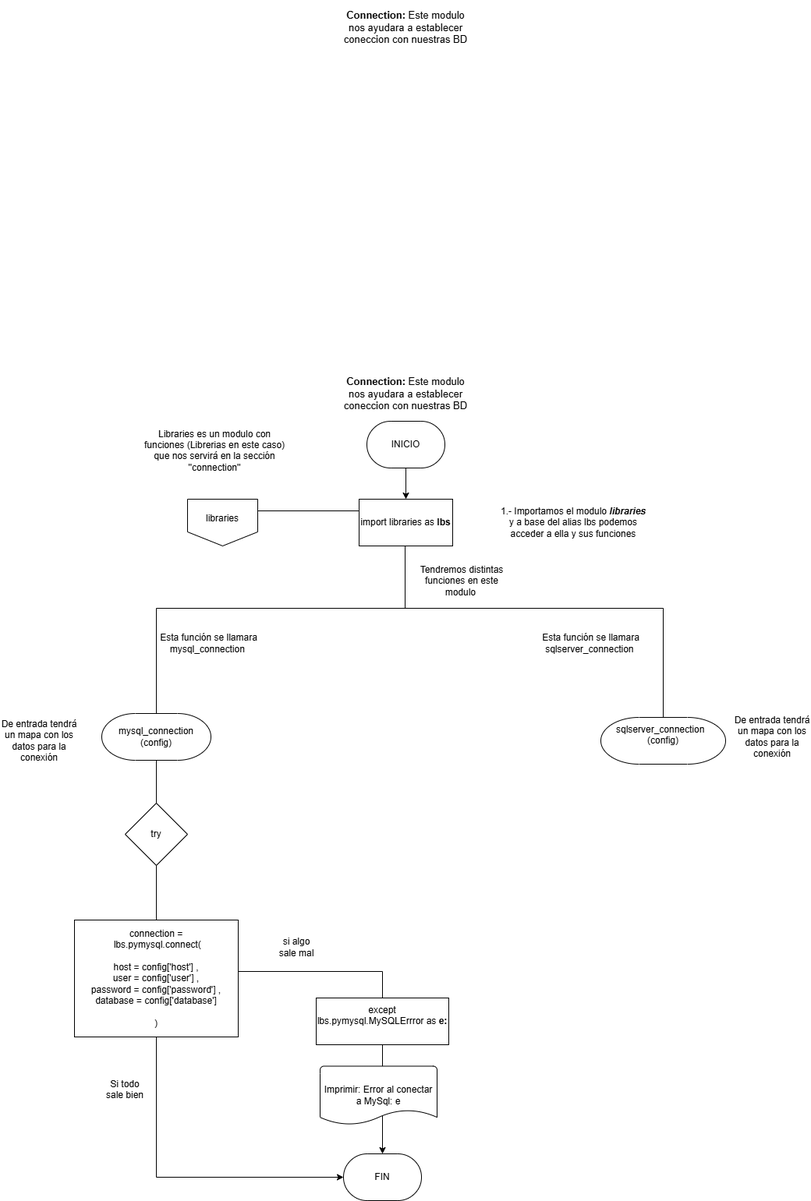
Earlier version of the draw.io export Documentación/Diagramas/connection.drawio.png (AlfredoZC/Coffee-shop). Source tidied: cells renumbered, new cells last; positions are measured from the earlier drawing's top-left corner, leaving out a move shared by most shapes. Source of this version:
```xml
<mxGraphModel>
  <root>
    <mxCell id="0" />
    <mxCell id="1" parent="0" />
    <mxCell id="2" style="group;" parent="1" vertex="1">
      <mxGeometry x="240" y="640" width="90" height="60" as="geometry" />
    </mxCell>
    <mxCell id="3" style="verticalLabelPosition=bottom;verticalAlign=top;html=1;shape=offPageConnector;rounded=0;size=0.3;" parent="2" vertex="1">
      <mxGeometry width="90" height="60" as="geometry" />
    </mxCell>
    <mxCell id="4" value="libraries" style="text;html=1;align=center;verticalAlign=middle;whiteSpace=wrap;rounded=0;" parent="2" vertex="1">
      <mxGeometry x="15" y="10" width="60" height="30" as="geometry" />
    </mxCell>
    <mxCell id="5" value="FIN" style="strokeWidth=1;html=1;shape=mxgraph.flowchart.terminator;whiteSpace=wrap;" parent="1" vertex="1">
      <mxGeometry x="440" y="1480" width="100" height="60" as="geometry" />
    </mxCell>
    <mxCell id="6" value="import libraries as &lt;b&gt;lbs&lt;/b&gt;" style="rounded=0;whiteSpace=wrap;html=1;" parent="1" vertex="1">
      <mxGeometry x="460" y="640" width="120" height="60" as="geometry" />
    </mxCell>
    <mxCell id="7" style="endArrow=none;html=1;rounded=0;exitX=1;exitY=0.25;exitDx=0;exitDy=0;entryX=0;entryY=0.25;entryDx=0;entryDy=0;" parent="1" edge="1" source="3" target="6">
      <mxGeometry relative="1" as="geometry" />
    </mxCell>
    <mxCell id="8" value="Libraries es un modulo con funciones (Librerias en este caso) que nos servirá en la sección ''connection''&lt;div&gt;&lt;br&gt;&lt;/div&gt;" style="text;html=1;align=center;verticalAlign=middle;whiteSpace=wrap;rounded=0;" parent="1" vertex="1">
      <mxGeometry x="175" y="570" width="200" height="30" as="geometry" />
    </mxCell>
    <mxCell id="9" value="1.- Importamos el modulo &lt;b style=&quot;font-style: italic;&quot;&gt;libraries &lt;/b&gt;y a base del alias lbs podemos acceder a ella y sus funciones" style="text;html=1;align=center;verticalAlign=middle;whiteSpace=wrap;rounded=0;" parent="1" vertex="1">
      <mxGeometry x="640" y="655" width="190" height="30" as="geometry" />
    </mxCell>
    <mxCell id="10" value="&lt;b&gt;Connection:&lt;/b&gt; Este modulo nos ayudara a establecer coneccion con nuestras BD" style="text;html=1;align=center;verticalAlign=middle;whiteSpace=wrap;rounded=0;strokeWidth=1;fontSize=13;" parent="1" vertex="1">
      <mxGeometry x="435" y="470" width="170" height="70" as="geometry" />
    </mxCell>
    <mxCell id="11" value="&lt;b&gt;Connection:&lt;/b&gt; Este modulo nos ayudara a establecer coneccion con nuestras BD" style="text;html=1;align=center;verticalAlign=middle;whiteSpace=wrap;rounded=0;strokeWidth=1;fontSize=13;" parent="1" vertex="1">
      <mxGeometry x="435" width="170" height="70" as="geometry" />
    </mxCell>
    <mxCell id="12" style="edgeStyle=orthogonalEdgeStyle;rounded=0;jettySize=auto;html=1;" parent="1" edge="1" source="13" target="6">
      <mxGeometry relative="1" as="geometry" />
    </mxCell>
    <mxCell id="13" value="INICIO" style="strokeWidth=1;html=1;shape=mxgraph.flowchart.terminator;whiteSpace=wrap;" parent="1" vertex="1">
      <mxGeometry x="470" y="540" width="100" height="60" as="geometry" />
    </mxCell>
    <mxCell id="14" style="endArrow=none;html=1;rounded=0;entryX=0.5;entryY=1;entryDx=0;entryDy=0;" parent="1" edge="1">
      <mxGeometry relative="1" as="geometry">
        <mxPoint x="200" y="780" as="sourcePoint" />
        <mxPoint x="519" y="700" as="targetPoint" />
        <Array as="points">
          <mxPoint x="850" y="780" />
          <mxPoint x="519" y="780" />
        </Array>
      </mxGeometry>
    </mxCell>
    <mxCell id="15" value="Tendremos distintas funciones en este modulo&amp;nbsp;" style="text;html=1;align=center;verticalAlign=middle;whiteSpace=wrap;rounded=0;" parent="1" vertex="1">
      <mxGeometry x="534" y="730" width="116" height="30" as="geometry" />
    </mxCell>
    <mxCell id="16" style="endArrow=none;html=1;rounded=0;exitX=0.5;exitY=0;exitDx=0;exitDy=0;exitPerimeter=0;" parent="1" edge="1" source="19">
      <mxGeometry relative="1" as="geometry">
        <mxPoint x="200" y="780" as="targetPoint" />
      </mxGeometry>
    </mxCell>
    <mxCell id="17" style="endArrow=none;html=1;rounded=0;exitX=0.5;exitY=0;exitDx=0;exitDy=0;exitPerimeter=0;" parent="1" edge="1" source="18">
      <mxGeometry relative="1" as="geometry">
        <mxPoint x="850" y="780" as="targetPoint" />
      </mxGeometry>
    </mxCell>
    <mxCell id="18" value="sqlserver_connection&amp;nbsp;&amp;nbsp;&lt;div&gt;(config)&lt;div&gt;&lt;br&gt;&lt;/div&gt;&lt;/div&gt;" style="strokeWidth=1;html=1;shape=mxgraph.flowchart.terminator;whiteSpace=wrap;" parent="1" vertex="1">
      <mxGeometry x="770" y="920" width="160" height="60" as="geometry" />
    </mxCell>
    <mxCell id="19" value="mysql_connection (config)" style="strokeWidth=1;html=1;shape=mxgraph.flowchart.terminator;whiteSpace=wrap;" parent="1" vertex="1">
      <mxGeometry x="130" y="915" width="140" height="60" as="geometry" />
    </mxCell>
    <mxCell id="20" value="Esta función se llamara mysql_connection&amp;nbsp;" style="text;html=1;align=center;verticalAlign=middle;whiteSpace=wrap;rounded=0;" parent="1" vertex="1">
      <mxGeometry x="170" y="810" width="195" height="30" as="geometry" />
    </mxCell>
    <mxCell id="21" value="Esta función se llamara sqlserver_connection&amp;nbsp;" style="text;html=1;align=center;verticalAlign=middle;whiteSpace=wrap;rounded=0;" parent="1" vertex="1">
      <mxGeometry x="660" y="810" width="195" height="30" as="geometry" />
    </mxCell>
    <mxCell id="22" value="De entrada tendrá un mapa con los datos para la conexión" style="text;html=1;align=center;verticalAlign=middle;whiteSpace=wrap;rounded=0;" parent="1" vertex="1">
      <mxGeometry y="935" width="100" height="30" as="geometry" />
    </mxCell>
    <mxCell id="23" value="De entrada tendrá un mapa con los datos para la conexión" style="text;html=1;align=center;verticalAlign=middle;whiteSpace=wrap;rounded=0;" parent="1" vertex="1">
      <mxGeometry x="940" y="930" width="100" height="30" as="geometry" />
    </mxCell>
    <mxCell id="24" style="endArrow=none;html=1;rounded=0;exitX=0.5;exitY=1;exitDx=0;exitDy=0;exitPerimeter=0;entryX=0.5;entryY=0;entryDx=0;entryDy=0;" parent="1" edge="1" source="19" target="25">
      <mxGeometry relative="1" as="geometry" />
    </mxCell>
    <mxCell id="25" value="try" style="rhombus;whiteSpace=wrap;html=1;" parent="1" vertex="1">
      <mxGeometry x="160" y="1030" width="80" height="80" as="geometry" />
    </mxCell>
    <mxCell id="26" style="endArrow=none;html=1;rounded=0;exitX=0.5;exitY=1;exitDx=0;exitDy=0;entryX=0.5;entryY=0;entryDx=0;entryDy=0;" parent="1" edge="1" source="25" target="27">
      <mxGeometry relative="1" as="geometry" />
    </mxCell>
    <mxCell id="27" value="connection =&lt;div&gt;&amp;nbsp;lbs.pymysql.connect(&lt;/div&gt;&lt;div&gt;&lt;br&gt;&lt;div&gt;host = config['host'] ,&lt;/div&gt;&lt;div&gt;user = config['user'] ,&lt;/div&gt;&lt;div&gt;password = config['password'] ,&lt;/div&gt;&lt;div&gt;database = config['database']&lt;/div&gt;&lt;div&gt;&lt;span style=&quot;background-color: initial;&quot;&gt;&lt;br&gt;&lt;/span&gt;&lt;/div&gt;&lt;div&gt;&lt;span style=&quot;background-color: initial;&quot;&gt;)&lt;/span&gt;&lt;/div&gt;&lt;/div&gt;" style="rounded=0;whiteSpace=wrap;html=1;" parent="1" vertex="1">
      <mxGeometry x="95" y="1180" width="210" height="150" as="geometry" />
    </mxCell>
    <mxCell id="28" style="endArrow=classic;html=1;rounded=0;exitX=0.5;exitY=1;exitDx=0;exitDy=0;entryX=0;entryY=0.5;entryDx=0;entryDy=0;entryPerimeter=0;" parent="1" edge="1" source="27" target="5">
      <mxGeometry relative="1" as="geometry">
        <Array as="points">
          <mxPoint x="200" y="1510" />
        </Array>
      </mxGeometry>
    </mxCell>
    <mxCell id="29" style="endArrow=classic;html=1;rounded=0;exitX=0.998;exitY=0.44;exitDx=0;exitDy=0;exitPerimeter=0;entryX=0.5;entryY=0;entryDx=0;entryDy=0;entryPerimeter=0;" parent="1" edge="1" source="27" target="5">
      <mxGeometry relative="1" as="geometry">
        <Array as="points">
          <mxPoint x="490" y="1246" />
        </Array>
      </mxGeometry>
    </mxCell>
    <mxCell id="30" value="Si todo sale bien&lt;div&gt;&lt;br&gt;&lt;/div&gt;" style="text;html=1;align=center;verticalAlign=middle;whiteSpace=wrap;rounded=0;" parent="1" vertex="1">
      <mxGeometry x="130" y="1390" width="60" height="30" as="geometry" />
    </mxCell>
    <mxCell id="31" value="&lt;div&gt;si algo sale mal&lt;/div&gt;" style="text;html=1;align=center;verticalAlign=middle;whiteSpace=wrap;rounded=0;" parent="1" vertex="1">
      <mxGeometry x="350" y="1200" width="60" height="30" as="geometry" />
    </mxCell>
    <mxCell id="32" value="except lbs.pymysql.MySQLErrror as &lt;b&gt;e:&lt;/b&gt;&lt;div&gt;&lt;b&gt;&lt;br&gt;&lt;/b&gt;&lt;/div&gt;" style="rounded=0;whiteSpace=wrap;html=1;" parent="1" vertex="1">
      <mxGeometry x="405" y="1280" width="170" height="60" as="geometry" />
    </mxCell>
    <mxCell id="33" value="Imprimir: Error al conectar a MySql: e" style="strokeWidth=1;html=1;shape=mxgraph.flowchart.document2;whiteSpace=wrap;size=0.25;" parent="1" vertex="1">
      <mxGeometry x="410" y="1367.5" width="150" height="75" as="geometry" />
    </mxCell>
  </root>
</mxGraphModel>
```
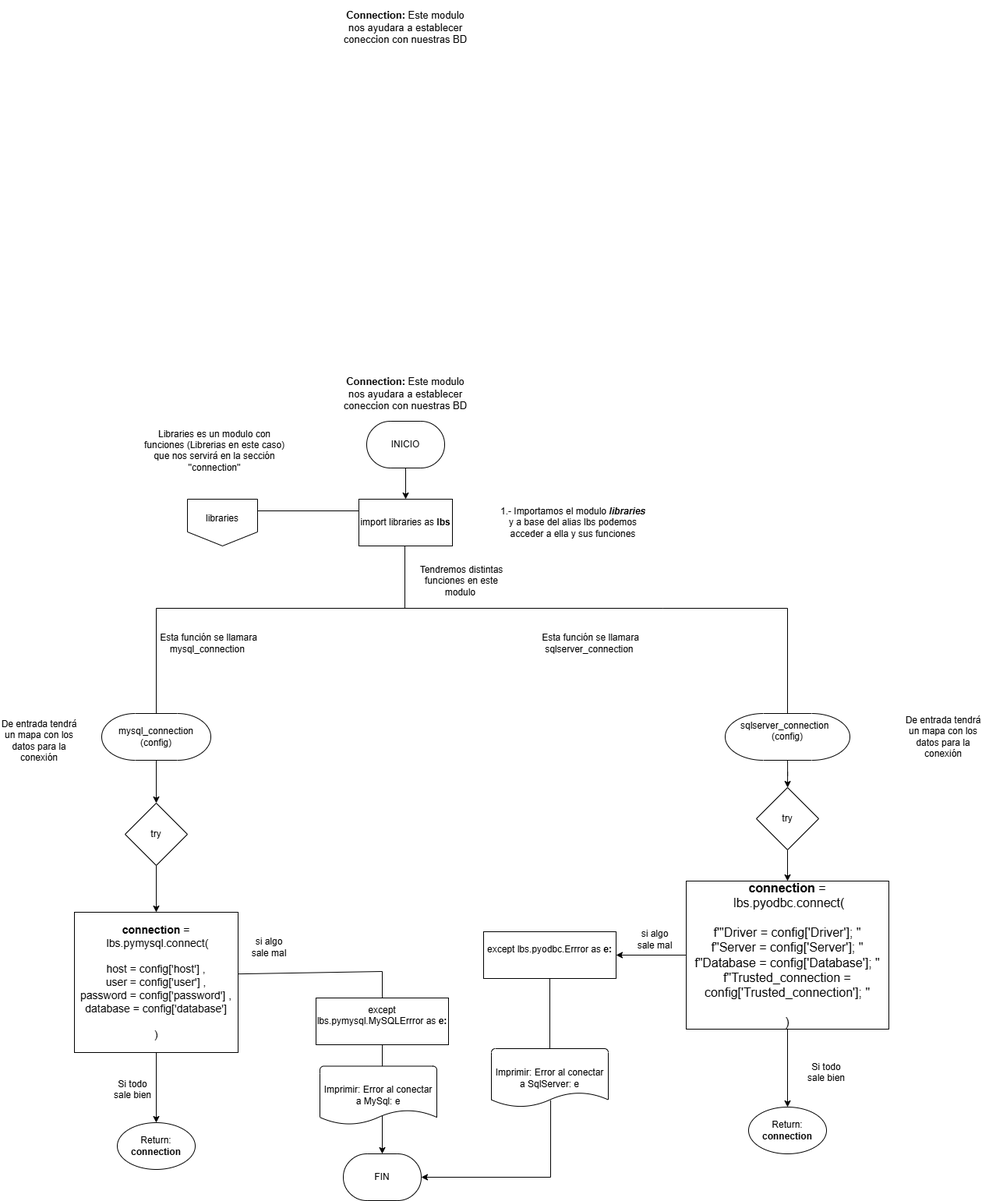
Later version of the same file.

Change to the diagram source:
```diff
@@ -59,11 +59,20 @@
     <mxCell id="17" style="endArrow=none;html=1;rounded=0;exitX=0.5;exitY=0;exitDx=0;exitDy=0;exitPerimeter=0;" parent="1" edge="1" source="18">
       <mxGeometry relative="1" as="geometry">
         <mxPoint x="850" y="780" as="targetPoint" />
+        <Array as="points">
+          <mxPoint x="1010" y="780" />
+        </Array>
       </mxGeometry>
     </mxCell>
+    <mxCell id="34" style="edgeStyle=orthogonalEdgeStyle;rounded=0;jettySize=auto;html=1;" parent="1" edge="1" source="18" target="37">
+      <mxGeometry relative="1" as="geometry" />
+    </mxCell>
     <mxCell id="18" value="sqlserver_connection&amp;nbsp;&amp;nbsp;&lt;div&gt;(config)&lt;div&gt;&lt;br&gt;&lt;/div&gt;&lt;/div&gt;" style="strokeWidth=1;html=1;shape=mxgraph.flowchart.terminator;whiteSpace=wrap;" parent="1" vertex="1">
-      <mxGeometry x="770" y="920" width="160" height="60" as="geometry" />
+      <mxGeometry x="930" y="915" width="160" height="60" as="geometry" />
     </mxCell>
+    <mxCell id="24" style="edgeStyle=orthogonalEdgeStyle;rounded=0;jettySize=auto;html=1;" parent="1" edge="1" source="19" target="25">
+      <mxGeometry relative="1" as="geometry" />
+    </mxCell>
     <mxCell id="19" value="mysql_connection (config)" style="strokeWidth=1;html=1;shape=mxgraph.flowchart.terminator;whiteSpace=wrap;" parent="1" vertex="1">
       <mxGeometry x="130" y="915" width="140" height="60" as="geometry" />
     </mxCell>
@@ -77,27 +86,20 @@
       <mxGeometry y="935" width="100" height="30" as="geometry" />
     </mxCell>
     <mxCell id="23" value="De entrada tendrá un mapa con los datos para la conexión" style="text;html=1;align=center;verticalAlign=middle;whiteSpace=wrap;rounded=0;" parent="1" vertex="1">
-      <mxGeometry x="940" y="930" width="100" height="30" as="geometry" />
+      <mxGeometry x="1160" y="930" width="100" height="30" as="geometry" />
     </mxCell>
-    <mxCell id="24" style="endArrow=none;html=1;rounded=0;exitX=0.5;exitY=1;exitDx=0;exitDy=0;exitPerimeter=0;entryX=0.5;entryY=0;entryDx=0;entryDy=0;" parent="1" edge="1" source="19" target="25">
-      <mxGeometry relative="1" as="geometry" />
-    </mxCell>
+    <mxCell id="26" style="edgeStyle=orthogonalEdgeStyle;rounded=0;jettySize=auto;html=1;" parent="1" edge="1" source="25" target="27">
+      <mxGeometry relative="1" as="geometry" />
+    </mxCell>
     <mxCell id="25" value="try" style="rhombus;whiteSpace=wrap;html=1;" parent="1" vertex="1">
       <mxGeometry x="160" y="1030" width="80" height="80" as="geometry" />
     </mxCell>
-    <mxCell id="26" style="endArrow=none;html=1;rounded=0;exitX=0.5;exitY=1;exitDx=0;exitDy=0;entryX=0.5;entryY=0;entryDx=0;entryDy=0;" parent="1" edge="1" source="25" target="27">
-      <mxGeometry relative="1" as="geometry" />
-    </mxCell>
+    <mxCell id="35" style="edgeStyle=orthogonalEdgeStyle;rounded=0;jettySize=auto;html=1;" parent="1" edge="1" source="27" target="48">
+      <mxGeometry relative="1" as="geometry" />
+    </mxCell>
-    <mxCell id="27" value="connection =&lt;div&gt;&amp;nbsp;lbs.pymysql.connect(&lt;/div&gt;&lt;div&gt;&lt;br&gt;&lt;div&gt;host = config['host'] ,&lt;/div&gt;&lt;div&gt;user = config['user'] ,&lt;/div&gt;&lt;div&gt;password = config['password'] ,&lt;/div&gt;&lt;div&gt;database = config['database']&lt;/div&gt;&lt;div&gt;&lt;span style=&quot;background-color: initial;&quot;&gt;&lt;br&gt;&lt;/span&gt;&lt;/div&gt;&lt;div&gt;&lt;span style=&quot;background-color: initial;&quot;&gt;)&lt;/span&gt;&lt;/div&gt;&lt;/div&gt;" style="rounded=0;whiteSpace=wrap;html=1;" parent="1" vertex="1">
-      <mxGeometry x="95" y="1180" width="210" height="150" as="geometry" />
+    <mxCell id="27" value="&lt;b&gt;connection &lt;/b&gt;=&lt;div&gt;&amp;nbsp;lbs.pymysql.connect(&lt;/div&gt;&lt;div&gt;&lt;br&gt;&lt;div&gt;host = config['host'] ,&lt;/div&gt;&lt;div&gt;user = config['user'] ,&lt;/div&gt;&lt;div&gt;password = config['password'] ,&lt;/div&gt;&lt;div&gt;database = config['database']&lt;/div&gt;&lt;div&gt;&lt;span style=&quot;background-color: initial;&quot;&gt;&lt;br&gt;&lt;/span&gt;&lt;/div&gt;&lt;div&gt;&lt;span style=&quot;background-color: initial;&quot;&gt;)&lt;/span&gt;&lt;/div&gt;&lt;/div&gt;" style="rounded=0;whiteSpace=wrap;html=1;fontSize=14;" parent="1" vertex="1">
+      <mxGeometry x="95" y="1170" width="210" height="180" as="geometry" />
     </mxCell>
-    <mxCell id="28" style="endArrow=classic;html=1;rounded=0;exitX=0.5;exitY=1;exitDx=0;exitDy=0;entryX=0;entryY=0.5;entryDx=0;entryDy=0;entryPerimeter=0;" parent="1" edge="1" source="27" target="5">
-      <mxGeometry relative="1" as="geometry">
-        <Array as="points">
-          <mxPoint x="200" y="1510" />
-        </Array>
-      </mxGeometry>
-    </mxCell>
     <mxCell id="29" style="endArrow=classic;html=1;rounded=0;exitX=0.998;exitY=0.44;exitDx=0;exitDy=0;exitPerimeter=0;entryX=0.5;entryY=0;entryDx=0;entryDy=0;entryPerimeter=0;" parent="1" edge="1" source="27" target="5">
       <mxGeometry relative="1" as="geometry">
         <Array as="points">
@@ -106,10 +108,10 @@
       </mxGeometry>
     </mxCell>
     <mxCell id="30" value="Si todo sale bien&lt;div&gt;&lt;br&gt;&lt;/div&gt;" style="text;html=1;align=center;verticalAlign=middle;whiteSpace=wrap;rounded=0;" parent="1" vertex="1">
-      <mxGeometry x="130" y="1390" width="60" height="30" as="geometry" />
+      <mxGeometry x="140" y="1390" width="60" height="30" as="geometry" />
     </mxCell>
     <mxCell id="31" value="&lt;div&gt;si algo sale mal&lt;/div&gt;" style="text;html=1;align=center;verticalAlign=middle;whiteSpace=wrap;rounded=0;" parent="1" vertex="1">
-      <mxGeometry x="350" y="1200" width="60" height="30" as="geometry" />
+      <mxGeometry x="315" y="1200" width="60" height="30" as="geometry" />
     </mxCell>
     <mxCell id="32" value="except lbs.pymysql.MySQLErrror as &lt;b&gt;e:&lt;/b&gt;&lt;div&gt;&lt;b&gt;&lt;br&gt;&lt;/b&gt;&lt;/div&gt;" style="rounded=0;whiteSpace=wrap;html=1;" parent="1" vertex="1">
       <mxGeometry x="405" y="1280" width="170" height="60" as="geometry" />
@@ -117,5 +119,48 @@
     <mxCell id="33" value="Imprimir: Error al conectar a MySql: e" style="strokeWidth=1;html=1;shape=mxgraph.flowchart.document2;whiteSpace=wrap;size=0.25;" parent="1" vertex="1">
       <mxGeometry x="410" y="1367.5" width="150" height="75" as="geometry" />
     </mxCell>
+    <mxCell id="36" style="edgeStyle=orthogonalEdgeStyle;rounded=0;jettySize=auto;html=1;" parent="1" edge="1" source="37" target="39">
+      <mxGeometry relative="1" as="geometry" />
+    </mxCell>
+    <mxCell id="37" value="try" style="rhombus;whiteSpace=wrap;html=1;" parent="1" vertex="1">
+      <mxGeometry x="970" y="1010" width="80" height="80" as="geometry" />
+    </mxCell>
+    <mxCell id="38" style="edgeStyle=orthogonalEdgeStyle;rounded=0;jettySize=auto;html=1;" parent="1" edge="1" source="39" target="40">
+      <mxGeometry relative="1" as="geometry" />
+    </mxCell>
+    <mxCell id="39" value="&lt;b&gt;connection&lt;/b&gt; =&lt;div&gt;&amp;nbsp;lbs.pyodbc.connect(&lt;/div&gt;&lt;div&gt;&lt;br&gt;&lt;div&gt;f'&quot;Driver = config['Driver']; &quot;&lt;/div&gt;&lt;div&gt;f&quot;Server = config['Server']; &quot;&lt;/div&gt;&lt;div&gt;f&quot;Database = config['Database']; &quot;&lt;/div&gt;&lt;div&gt;f&quot;Trusted_connection = config['Trusted_connection']; &quot;&lt;/div&gt;&lt;div&gt;&lt;span style=&quot;background-color: initial;&quot;&gt;&lt;br&gt;&lt;/span&gt;&lt;/div&gt;&lt;div&gt;&lt;span style=&quot;background-color: initial;&quot;&gt;)&lt;/span&gt;&lt;/div&gt;&lt;/div&gt;" style="rounded=0;whiteSpace=wrap;html=1;fontSize=16;" parent="1" vertex="1">
+      <mxGeometry x="880" y="1130" width="260" height="190" as="geometry" />
+    </mxCell>
+    <mxCell id="40" value="except lbs.pyodbc.Errror as &lt;b&gt;e:&lt;/b&gt;&lt;div&gt;&lt;b&gt;&lt;br&gt;&lt;/b&gt;&lt;/div&gt;" style="rounded=0;whiteSpace=wrap;html=1;" parent="1" vertex="1">
+      <mxGeometry x="620" y="1195" width="170" height="60" as="geometry" />
+    </mxCell>
+    <mxCell id="41" value="Imprimir: Error al conectar a SqlServer: e" style="strokeWidth=1;html=1;shape=mxgraph.flowchart.document2;whiteSpace=wrap;size=0.25;" parent="1" vertex="1">
+      <mxGeometry x="630" y="1345" width="150" height="75" as="geometry" />
+    </mxCell>
+    <mxCell id="42" style="endArrow=classic;html=1;rounded=0;entryX=1;entryY=0.5;entryDx=0;entryDy=0;entryPerimeter=0;exitX=0.507;exitY=0.883;exitDx=0;exitDy=0;exitPerimeter=0;" parent="1" edge="1" source="41" target="5">
+      <mxGeometry relative="1" as="geometry">
+        <Array as="points">
+          <mxPoint x="706" y="1510" />
+        </Array>
+      </mxGeometry>
+    </mxCell>
+    <mxCell id="43" style="endArrow=none;html=1;rounded=0;entryX=0.5;entryY=1;entryDx=0;entryDy=0;exitX=0.5;exitY=0;exitDx=0;exitDy=0;exitPerimeter=0;" parent="1" edge="1" source="41" target="40">
+      <mxGeometry relative="1" as="geometry" />
+    </mxCell>
+    <mxCell id="44" value="&lt;div&gt;si algo sale mal&lt;/div&gt;" style="text;html=1;align=center;verticalAlign=middle;whiteSpace=wrap;rounded=0;" parent="1" vertex="1">
+      <mxGeometry x="810" y="1190" width="60" height="30" as="geometry" />
+    </mxCell>
+    <mxCell id="45" value="Si todo sale bien&lt;div&gt;&lt;br&gt;&lt;/div&gt;" style="text;html=1;align=center;verticalAlign=middle;whiteSpace=wrap;rounded=0;" parent="1" vertex="1">
+      <mxGeometry x="1030" y="1367.5" width="60" height="30" as="geometry" />
+    </mxCell>
+    <mxCell id="46" style="endArrow=classic;html=1;rounded=0;exitX=0.5;exitY=1;exitDx=0;exitDy=0;" parent="1" edge="1" source="39" target="47">
+      <mxGeometry relative="1" as="geometry" />
+    </mxCell>
+    <mxCell id="47" value="Return: &lt;b&gt;connection&lt;/b&gt;" style="strokeWidth=1;html=1;shape=mxgraph.flowchart.start_1;whiteSpace=wrap;" parent="1" vertex="1">
+      <mxGeometry x="960" y="1420" width="100" height="60" as="geometry" />
+    </mxCell>
+    <mxCell id="48" value="Return: &lt;b&gt;connection&lt;/b&gt;" style="strokeWidth=1;html=1;shape=mxgraph.flowchart.start_1;whiteSpace=wrap;" parent="1" vertex="1">
+      <mxGeometry x="150" y="1440" width="100" height="60" as="geometry" />
+    </mxCell>
   </root>
 </mxGraphModel>
```
